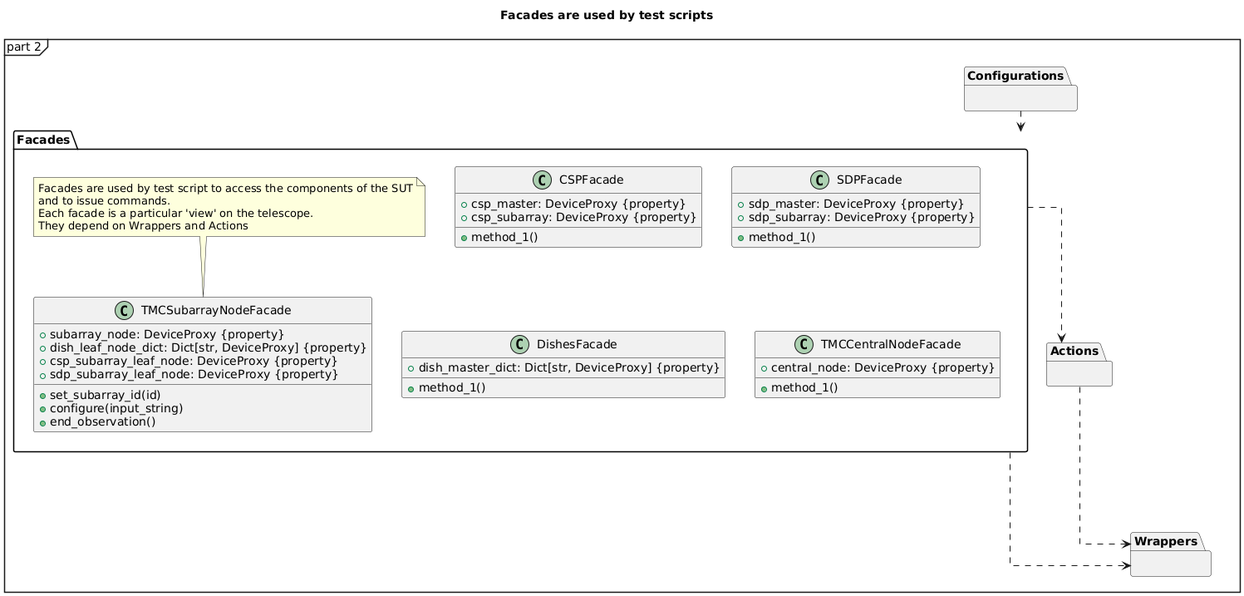
Above: src/ska_integration_test_harness/architecture-facades.png in ska-telescope/ska-integration-test-harness (PlantUML), before the change.
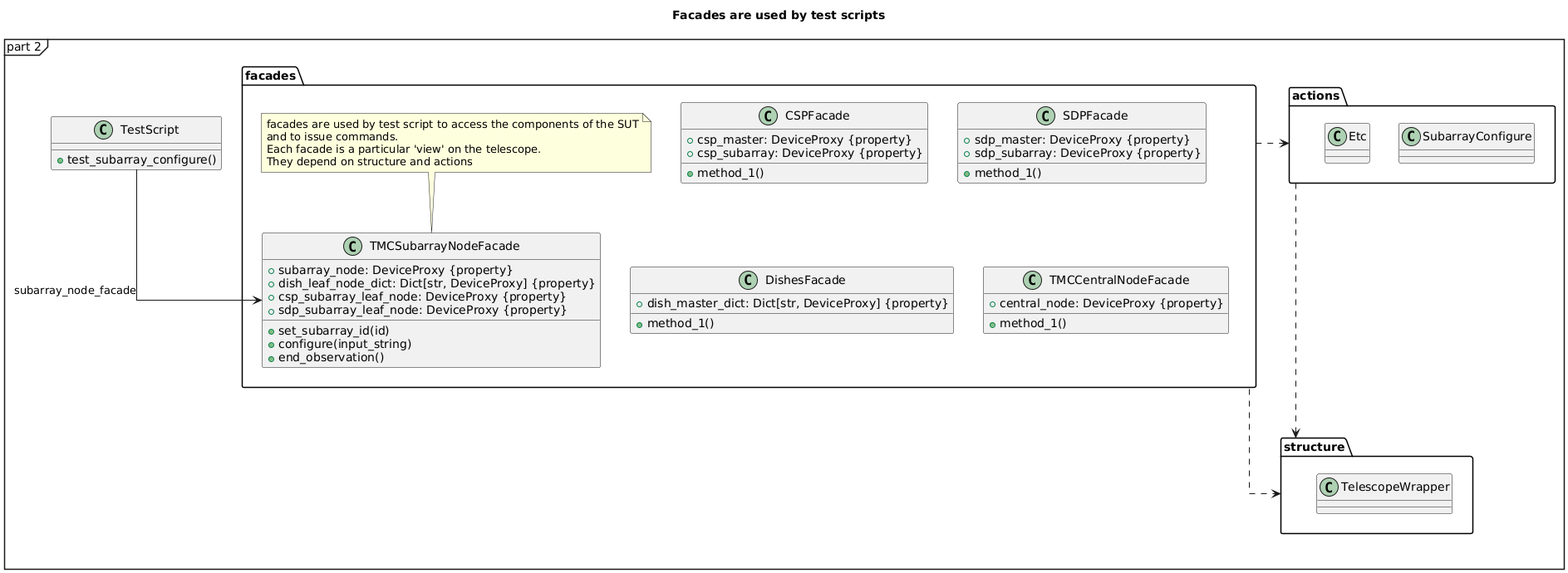
The same file after the commit.

The edit, as a diff of the source:
```diff
@@ -6,11 +6,11 @@
 
 top to bottom direction
 
-package "Configurations" {
+class TestScript {
+    + test_subarray_configure()
 }
 
-
-package "Facades" {
+package "facades" {
     class TMCSubarrayNodeFacade {
         + subarray_node: DeviceProxy {property}
         + dish_leaf_node_dict: Dict[str, DeviceProxy] {property}
@@ -22,10 +22,10 @@
     }
 
     note top
-    Facades are used by test script to access the components of the SUT
+    facades are used by test script to access the components of the SUT
     and to issue commands.
     Each facade is a particular 'view' on the telescope.
-    They depend on Wrappers and Actions
+    They depend on structure and actions
     end note
 
     class CSPFacade {
@@ -51,21 +51,26 @@
     }
 }
 
+package "structure" {
 
-package "Wrappers" {
+    class TelescopeWrapper
 }
 
 
 
-package "Actions" {
-
+package "actions" {
+    class SubarrayConfigure
+    class Etc
 }
-Actions ..right..> Wrappers
-"Facades" ..> Actions
-Configurations ..> Facades
-
-Facades -[hidden]down- "Wrappers"
-Facades ..down..> "Wrappers"
 
 
+TestScript --> TMCSubarrayNodeFacade : subarray_node_facade
+actions .down.> structure
+facades .right.> actions
+facades ....> structure
+
+
+facades -[hidden]down- "structure"
+facades -[hidden]down- "actions"
+
 @enduml
```
